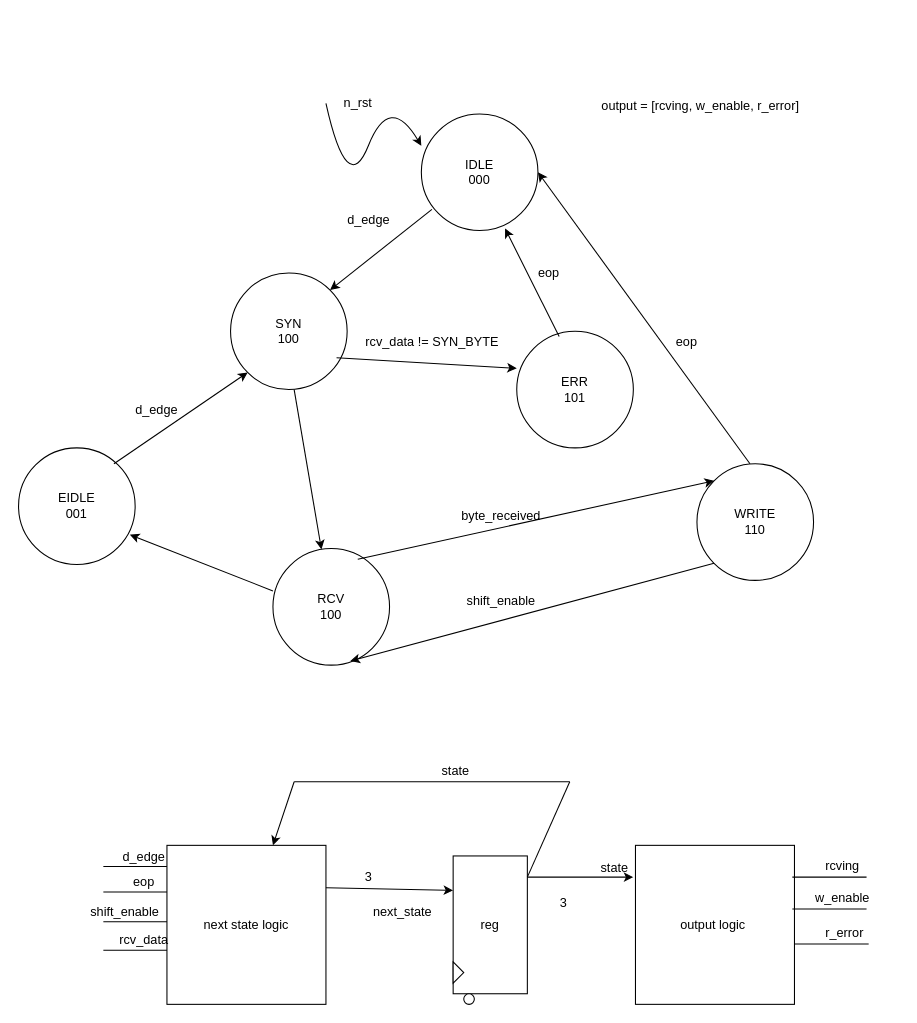
The draw.io diagram project/docs/RCU_RTL.drawio in Mooyeonkim628/ECE337_ASIC_Design, before the edit. Source tidied: cells renumbered, new cells numbered last; positions are measured from the earlier drawing's top-left corner, leaving out a move shared by most shapes. Both pictures are drawn from the tidied source at 106%, with x=0, y=0 at pixel (18, 92).
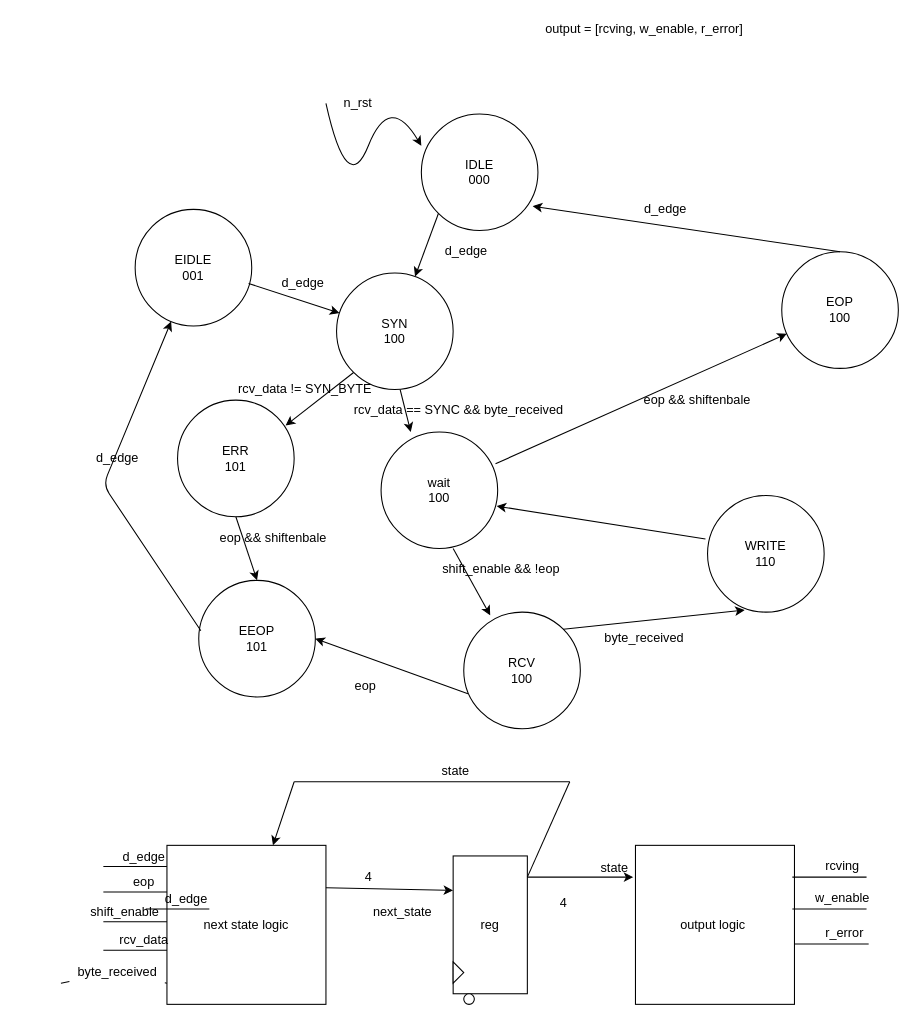
The same diagram, later.

The change refers to these unchanged cells:
```xml
<mxCell id="2" value="IDLE&lt;br&gt;000" style="ellipse;whiteSpace=wrap;html=1;" parent="1" vertex="1">
  <mxGeometry x="380" y="20" width="110" height="110" as="geometry" />
</mxCell>
```

Diff of the diagram source:
```diff
@@
     <mxCell id="3" value="output = [rcving, w_enable, r_error]" style="text;html=1;align=center;verticalAlign=middle;" parent="1" vertex="1">
-      <mxGeometry x="543" y="3" width="200" height="20" as="geometry" />
+      <mxGeometry x="490" y="-70" width="200" height="20" as="geometry" />
     </mxCell>
     <mxCell id="4" value="SYN&lt;br&gt;100" style="ellipse;whiteSpace=wrap;html=1;" parent="1" vertex="1">
-      <mxGeometry x="200" y="170" width="110" height="110" as="geometry" />
+      <mxGeometry x="300" y="170" width="110" height="110" as="geometry" />
     </mxCell>
-    <mxCell id="5" style="endArrow=classic;html=1;entryX=1;entryY=0;entryDx=0;entryDy=0;" parent="1" edge="1" target="4">
-      <mxGeometry relative="1" as="geometry">
-        <mxPoint x="390" y="110" as="sourcePoint" />
-      </mxGeometry>
+    <mxCell id="5" style="endArrow=classic;html=1;exitX=0;exitY=1;exitDx=0;exitDy=0;" parent="1" edge="1" source="2" target="4">
+      <mxGeometry relative="1" as="geometry" />
     </mxCell>
     <mxCell id="6" value="ERR&lt;br&gt;101" style="ellipse;whiteSpace=wrap;html=1;" parent="1" vertex="1">
-      <mxGeometry x="470" y="225" width="110" height="110" as="geometry" />
+      <mxGeometry x="150" y="290" width="110" height="110" as="geometry" />
     </mxCell>
     <mxCell id="7" value="d_edge" style="text;html=1;align=center;verticalAlign=middle;" parent="1" vertex="1">
-      <mxGeometry x="300" y="110" width="60" height="20" as="geometry" />
+      <mxGeometry x="392" y="140" width="60" height="20" as="geometry" />
     </mxCell>
-    <mxCell id="8" style="endArrow=classic;html=1;entryX=0;entryY=0.318;entryDx=0;entryDy=0;entryPerimeter=0;" parent="1" edge="1" target="6">
-      <mxGeometry relative="1" as="geometry">
-        <mxPoint x="300" y="250" as="sourcePoint" />
-      </mxGeometry>
+    <mxCell id="8" style="endArrow=classic;html=1;entryX=0.927;entryY=0.218;entryDx=0;entryDy=0;entryPerimeter=0;exitX=0;exitY=1;exitDx=0;exitDy=0;" parent="1" edge="1" source="4" target="6">
+      <mxGeometry relative="1" as="geometry" />
     </mxCell>
     <mxCell id="9" value="rcv_data != SYN_BYTE" style="text;html=1;align=center;verticalAlign=middle;" parent="1" vertex="1">
-      <mxGeometry x="320" y="225" width="140" height="20" as="geometry" />
+      <mxGeometry x="200" y="270" width="140" height="20" as="geometry" />
     </mxCell>
-    <mxCell id="10" style="endArrow=classic;html=1;entryX=0.718;entryY=0.982;entryDx=0;entryDy=0;entryPerimeter=0;" parent="1" edge="1" target="2">
-      <mxGeometry relative="1" as="geometry">
-        <mxPoint x="510" y="230" as="sourcePoint" />
-      </mxGeometry>
+    <mxCell id="10" style="endArrow=classic;html=1;entryX=0.5;entryY=0;entryDx=0;entryDy=0;exitX=0.5;exitY=1;exitDx=0;exitDy=0;" parent="1" edge="1" source="6" target="61">
+      <mxGeometry relative="1" as="geometry" />
     </mxCell>
-    <mxCell id="11" value="eop" style="text;html=1;align=center;verticalAlign=middle;" parent="1" vertex="1">
-      <mxGeometry x="480" y="160" width="40" height="20" as="geometry" />
+    <mxCell id="11" value="eop &amp;amp;&amp;amp; shiftenbale" style="text;html=1;align=center;verticalAlign=middle;" parent="1" vertex="1">
+      <mxGeometry x="180" y="410" width="120" height="20" as="geometry" />
     </mxCell>
     <mxCell id="12" value="RCV&lt;br&gt;100" style="ellipse;whiteSpace=wrap;html=1;" parent="1" vertex="1">
-      <mxGeometry x="240" y="430" width="110" height="110" as="geometry" />
+      <mxGeometry x="420" y="490" width="110" height="110" as="geometry" />
     </mxCell>
@@
-    <mxCell id="15" style="endArrow=classic;html=1;" parent="1" edge="1" target="12">
+    <mxCell id="15" style="endArrow=classic;html=1;" parent="1" edge="1">
       <mxGeometry relative="1" as="geometry">
-        <mxPoint x="260" y="280" as="sourcePoint" />
+        <mxPoint x="360" y="280" as="sourcePoint" />
+        <mxPoint x="370" y="320" as="targetPoint" />
       </mxGeometry>
     </mxCell>
     <mxCell id="16" value="WRITE&lt;br&gt;110" style="ellipse;whiteSpace=wrap;html=1;" parent="1" vertex="1">
-      <mxGeometry x="640" y="350" width="110" height="110" as="geometry" />
+      <mxGeometry x="650" y="380" width="110" height="110" as="geometry" />
     </mxCell>
-    <mxCell id="17" style="endArrow=classic;html=1;entryX=0;entryY=0;entryDx=0;entryDy=0;" parent="1" edge="1" target="16">
-      <mxGeometry relative="1" as="geometry">
-        <mxPoint x="320" y="440" as="sourcePoint" />
-      </mxGeometry>
+    <mxCell id="17" style="endArrow=classic;html=1;entryX=0.318;entryY=0.982;entryDx=0;entryDy=0;exitX=1;exitY=0;exitDx=0;exitDy=0;entryPerimeter=0;" parent="1" edge="1" source="12" target="16">
+      <mxGeometry relative="1" as="geometry" />
     </mxCell>
     <mxCell id="18" value="byte_received" style="text;html=1;align=center;verticalAlign=middle;" parent="1" vertex="1">
-      <mxGeometry x="410" y="390" width="90" height="20" as="geometry" />
+      <mxGeometry x="545" y="505" width="90" height="20" as="geometry" />
     </mxCell>
-    <mxCell id="19" style="endArrow=classic;html=1;entryX=0.664;entryY=0.964;entryDx=0;entryDy=0;entryPerimeter=0;exitX=0;exitY=1;exitDx=0;exitDy=0;" parent="1" edge="1" source="16" target="12">
+    <mxCell id="19" style="endArrow=classic;html=1;entryX=0.991;entryY=0.636;entryDx=0;entryDy=0;entryPerimeter=0;exitX=-0.018;exitY=0.373;exitDx=0;exitDy=0;exitPerimeter=0;" parent="1" edge="1" source="16" target="69">
       <mxGeometry relative="1" as="geometry" />
     </mxCell>
-    <mxCell id="20" style="endArrow=classic;html=1;entryX=1;entryY=0.5;entryDx=0;entryDy=0;" parent="1" edge="1" target="2">
-      <mxGeometry relative="1" as="geometry">
-        <mxPoint x="690" y="350" as="sourcePoint" />
-      </mxGeometry>
-    </mxCell>
-    <mxCell id="21" value="eop" style="text;html=1;align=center;verticalAlign=middle;" parent="1" vertex="1">
-      <mxGeometry x="610" y="225" width="40" height="20" as="geometry" />
-    </mxCell>
     <mxCell id="22" value="EIDLE&lt;br&gt;001" style="ellipse;whiteSpace=wrap;html=1;" parent="1" vertex="1">
-      <mxGeometry y="335" width="110" height="110" as="geometry" />
+      <mxGeometry x="110" y="110" width="110" height="110" as="geometry" />
     </mxCell>
-    <mxCell id="23" style="endArrow=classic;html=1;entryX=0.955;entryY=0.745;entryDx=0;entryDy=0;entryPerimeter=0;" parent="1" edge="1" target="22">
-      <mxGeometry relative="1" as="geometry">
-        <mxPoint x="240" y="470" as="sourcePoint" />
-      </mxGeometry>
-    </mxCell>
-    <mxCell id="24" style="endArrow=classic;html=1;entryX=0;entryY=1;entryDx=0;entryDy=0;" parent="1" edge="1" target="4">
-      <mxGeometry relative="1" as="geometry">
-        <mxPoint x="90" y="350" as="sourcePoint" />
-      </mxGeometry>
+    <mxCell id="24" style="endArrow=classic;html=1;exitX=0.973;exitY=0.636;exitDx=0;exitDy=0;exitPerimeter=0;" parent="1" edge="1" source="22" target="4">
+      <mxGeometry relative="1" as="geometry" />
     </mxCell>
     <mxCell id="25" value="d_edge" style="text;html=1;align=center;verticalAlign=middle;" parent="1" vertex="1">
-      <mxGeometry x="100" y="290" width="60" height="20" as="geometry" />
+      <mxGeometry x="238" y="170" width="60" height="20" as="geometry" />
     </mxCell>
-    <mxCell id="26" value="shift_enable" style="text;html=1;align=center;verticalAlign=middle;" parent="1" vertex="1">
-      <mxGeometry x="415" y="470" width="80" height="20" as="geometry" />
-    </mxCell>
@@
-    <mxCell id="30" value="3" style="text;html=1;align=center;verticalAlign=middle;" parent="1" vertex="1">
+    <mxCell id="30" value="4" style="text;html=1;align=center;verticalAlign=middle;" parent="1" vertex="1">
       <mxGeometry x="320" y="730" width="20" height="20" as="geometry" />
     </mxCell>
@@
-    <mxCell id="39" value="3" style="text;html=1;align=center;verticalAlign=middle;" parent="1" vertex="1">
+    <mxCell id="39" value="4" style="text;html=1;align=center;verticalAlign=middle;" parent="1" vertex="1">
       <mxGeometry x="504" y="755" width="20" height="20" as="geometry" />
     </mxCell>
@@
+    <mxCell id="21" value="eop" style="text;html=1;align=center;verticalAlign=middle;" parent="1" vertex="1">
+      <mxGeometry x="307" y="550" width="40" height="20" as="geometry" />
+    </mxCell>
+    <mxCell id="56" style="endArrow=none;html=1;" parent="1" edge="1">
+      <mxGeometry relative="1" as="geometry">
+        <mxPoint x="120" y="770" as="sourcePoint" />
+        <mxPoint x="180" y="770" as="targetPoint" />
+      </mxGeometry>
+    </mxCell>
+    <mxCell id="57" value="d_edge" style="text;html=1;align=center;verticalAlign=middle;" parent="1" vertex="1">
+      <mxGeometry x="128" y="751" width="60" height="20" as="geometry" />
+    </mxCell>
+    <mxCell id="58" value="EOP&lt;br&gt;100" style="ellipse;whiteSpace=wrap;html=1;" parent="1" vertex="1">
+      <mxGeometry x="720" y="150" width="110" height="110" as="geometry" />
+    </mxCell>
+    <mxCell id="59" style="endArrow=classic;html=1;entryX=0.955;entryY=0.791;entryDx=0;entryDy=0;entryPerimeter=0;exitX=0.5;exitY=0;exitDx=0;exitDy=0;" parent="1" edge="1" source="58" target="2">
+      <mxGeometry relative="1" as="geometry" />
+    </mxCell>
+    <mxCell id="60" value="d_edge" style="text;html=1;align=center;verticalAlign=middle;" parent="1" vertex="1">
+      <mxGeometry x="580" y="100" width="60" height="20" as="geometry" />
+    </mxCell>
+    <mxCell id="61" value="EEOP&lt;br&gt;101" style="ellipse;whiteSpace=wrap;html=1;" parent="1" vertex="1">
+      <mxGeometry x="170" y="460" width="110" height="110" as="geometry" />
+    </mxCell>
+    <mxCell id="62" style="endArrow=classic;html=1;exitX=0.018;exitY=0.432;exitDx=0;exitDy=0;exitPerimeter=0;" parent="1" edge="1" source="61" target="22">
+      <mxGeometry relative="1" as="geometry">
+        <Array as="points">
+          <mxPoint x="80" y="370" />
+        </Array>
+      </mxGeometry>
+    </mxCell>
+    <mxCell id="63" value="d_edge" style="text;html=1;align=center;verticalAlign=middle;" parent="1" vertex="1">
+      <mxGeometry x="63" y="335" width="60" height="20" as="geometry" />
+    </mxCell>
+    <mxCell id="64" style="endArrow=classic;html=1;entryX=1;entryY=0.5;entryDx=0;entryDy=0;exitX=0.036;exitY=0.7;exitDx=0;exitDy=0;exitPerimeter=0;" parent="1" edge="1" source="12" target="61">
+      <mxGeometry relative="1" as="geometry" />
+    </mxCell>
+    <mxCell id="65" value="rcv_data == SYNC &amp;amp;&amp;amp; byte_received" style="text;html=1;align=center;verticalAlign=middle;" parent="1" vertex="1">
+      <mxGeometry x="310" y="290" width="210" height="20" as="geometry" />
+    </mxCell>
+    <mxCell id="66" style="endArrow=none;html=1;" parent="1" edge="1" source="67">
+      <mxGeometry relative="1" as="geometry">
+        <mxPoint x="140" y="840" as="targetPoint" />
+      </mxGeometry>
+    </mxCell>
+    <mxCell id="67" value="byte_received" style="text;html=1;align=center;verticalAlign=middle;points=[];" parent="1" vertex="1">
+      <mxGeometry x="48" y="820" width="90" height="20" as="geometry" />
+    </mxCell>
+    <mxCell id="68" style="endArrow=none;html=1;" parent="1" edge="1" target="67">
+      <mxGeometry relative="1" as="geometry">
+        <mxPoint x="40" y="840" as="sourcePoint" />
+      </mxGeometry>
+    </mxCell>
+    <mxCell id="69" value="wait&lt;br&gt;100" style="ellipse;whiteSpace=wrap;html=1;" parent="1" vertex="1">
+      <mxGeometry x="342" y="320" width="110" height="110" as="geometry" />
+    </mxCell>
+    <mxCell id="70" style="endArrow=classic;html=1;entryX=0.227;entryY=0.027;entryDx=0;entryDy=0;entryPerimeter=0;" parent="1" edge="1" target="12">
+      <mxGeometry relative="1" as="geometry">
+        <mxPoint x="410" y="430" as="sourcePoint" />
+      </mxGeometry>
+    </mxCell>
+    <mxCell id="71" value="shift_enable &amp;amp;&amp;amp; !eop" style="text;html=1;align=center;verticalAlign=middle;" parent="1" vertex="1">
+      <mxGeometry x="390" y="440" width="130" height="20" as="geometry" />
+    </mxCell>
+    <mxCell id="72" style="endArrow=classic;html=1;" parent="1" edge="1" target="58">
+      <mxGeometry relative="1" as="geometry">
+        <mxPoint x="450" y="350" as="sourcePoint" />
+      </mxGeometry>
+    </mxCell>
+    <mxCell id="73" value="eop &amp;amp;&amp;amp; shiftenbale" style="text;html=1;align=center;verticalAlign=middle;" parent="1" vertex="1">
+      <mxGeometry x="580" y="280" width="120" height="20" as="geometry" />
+    </mxCell>
```
